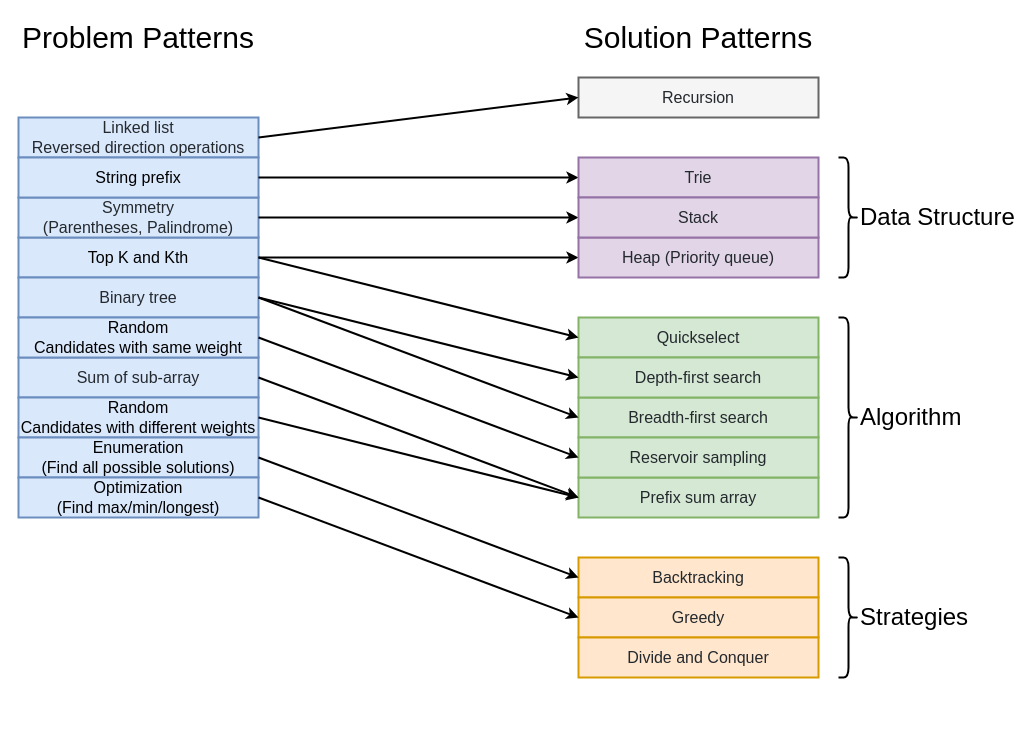
Earlier version of the draw.io diagram drawio/Problem_Solution_Pattern_Mapping.drawio (srini-555/coding-interview). Source tidied: cells renumbered, new cells numbered last; positions are measured from the earlier drawing's top-left corner, leaving out a move shared by most shapes. Both pictures are drawn from the tidied source at 100%, with x=0, y=0 at pixel (18, 17).
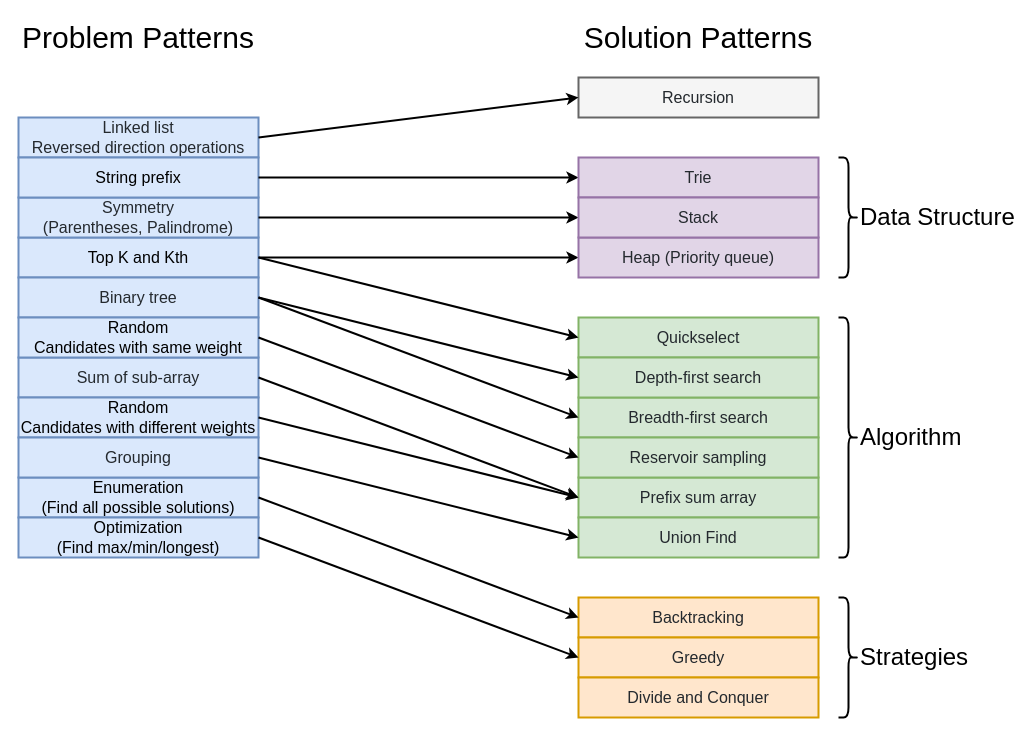
The same diagram, later.

The edit, as a diff of the source:
```diff
@@
     <mxCell id="10" value="&lt;font style=&quot;font-size: 16px&quot;&gt;Enumeration &lt;br&gt;(Find all possible solutions)&lt;/font&gt;" style="rounded=0;whiteSpace=wrap;html=1;strokeWidth=2;fillColor=#dae8fc;strokeColor=#6c8ebf;" parent="1" vertex="1">
-      <mxGeometry y="420" width="240" height="40" as="geometry" />
+      <mxGeometry y="460" width="240" height="40" as="geometry" />
     </mxCell>
@@
     <mxCell id="16" value="&lt;font color=&quot;#24292e&quot;&gt;&lt;span style=&quot;font-size: 16px&quot;&gt;Backtracking&lt;/span&gt;&lt;/font&gt;" style="rounded=0;whiteSpace=wrap;html=1;strokeWidth=2;fillColor=#ffe6cc;strokeColor=#d79b00;" parent="1" vertex="1">
-      <mxGeometry x="560" y="540" width="240" height="40" as="geometry" />
+      <mxGeometry x="560" y="580" width="240" height="40" as="geometry" />
     </mxCell>
     <mxCell id="17" value="&lt;font color=&quot;#24292e&quot;&gt;&lt;span style=&quot;font-size: 16px&quot;&gt;Greedy&lt;/span&gt;&lt;/font&gt;" style="rounded=0;whiteSpace=wrap;html=1;strokeWidth=2;fillColor=#ffe6cc;strokeColor=#d79b00;" parent="1" vertex="1">
-      <mxGeometry x="560" y="580" width="240" height="40" as="geometry" />
+      <mxGeometry x="560" y="620" width="240" height="40" as="geometry" />
     </mxCell>
@@
     <mxCell id="32" style="shape=curlyBracket;whiteSpace=wrap;html=1;rounded=1;flipH=1;strokeWidth=2;" parent="1" vertex="1">
-      <mxGeometry x="820" y="300" width="20" height="200" as="geometry" />
+      <mxGeometry x="820" y="300" width="20" height="240" as="geometry" />
     </mxCell>
     <mxCell id="33" value="&lt;font style=&quot;font-size: 24px&quot;&gt;Algorithm&lt;/font&gt;" style="text;html=1;strokeColor=none;fillColor=none;align=left;verticalAlign=middle;whiteSpace=wrap;rounded=0;" parent="1" vertex="1">
-      <mxGeometry x="840" y="380" width="160" height="40" as="geometry" />
+      <mxGeometry x="840" y="400" width="160" height="40" as="geometry" />
     </mxCell>
     <mxCell id="34" value="&lt;font style=&quot;font-size: 16px&quot;&gt;Optimization&lt;br&gt;(Find max/min/longest)&lt;/font&gt;" style="rounded=0;whiteSpace=wrap;html=1;strokeWidth=2;fillColor=#dae8fc;strokeColor=#6c8ebf;" parent="1" vertex="1">
-      <mxGeometry y="460" width="240" height="40" as="geometry" />
+      <mxGeometry y="500" width="240" height="40" as="geometry" />
     </mxCell>
@@
     <mxCell id="36" style="shape=curlyBracket;whiteSpace=wrap;html=1;rounded=1;flipH=1;strokeWidth=2;" parent="1" vertex="1">
-      <mxGeometry x="820" y="540" width="20" height="120" as="geometry" />
+      <mxGeometry x="820" y="580" width="20" height="120" as="geometry" />
     </mxCell>
     <mxCell id="37" value="&lt;font style=&quot;font-size: 24px&quot;&gt;Strategies&lt;/font&gt;" style="text;html=1;strokeColor=none;fillColor=none;align=left;verticalAlign=middle;whiteSpace=wrap;rounded=0;" parent="1" vertex="1">
-      <mxGeometry x="840" y="580" width="160" height="40" as="geometry" />
+      <mxGeometry x="840" y="620" width="160" height="40" as="geometry" />
     </mxCell>
     <mxCell id="38" value="&lt;font color=&quot;#24292e&quot;&gt;&lt;span style=&quot;font-size: 16px&quot;&gt;Divide and Conquer&lt;/span&gt;&lt;/font&gt;" style="rounded=0;whiteSpace=wrap;html=1;strokeWidth=2;fillColor=#ffe6cc;strokeColor=#d79b00;" parent="1" vertex="1">
-      <mxGeometry x="560" y="620" width="240" height="40" as="geometry" />
+      <mxGeometry x="560" y="660" width="240" height="40" as="geometry" />
     </mxCell>
@@
+    <mxCell id="44" value="&lt;font color=&quot;#24292e&quot;&gt;&lt;span style=&quot;font-size: 16px&quot;&gt;Union Find&lt;/span&gt;&lt;/font&gt;" style="rounded=0;whiteSpace=wrap;html=1;strokeWidth=2;fillColor=#d5e8d4;strokeColor=#82b366;" parent="1" vertex="1">
+      <mxGeometry x="560" y="500" width="240" height="40" as="geometry" />
+    </mxCell>
+    <mxCell id="45" value="&lt;font color=&quot;#24292e&quot;&gt;&lt;span style=&quot;font-size: 16px&quot;&gt;Grouping&lt;/span&gt;&lt;/font&gt;" style="rounded=0;whiteSpace=wrap;html=1;strokeWidth=2;fillColor=#dae8fc;strokeColor=#6c8ebf;" parent="1" vertex="1">
+      <mxGeometry y="420" width="240" height="40" as="geometry" />
+    </mxCell>
+    <mxCell id="46" style="endArrow=classic;html=1;strokeWidth=2;exitX=1;exitY=0.5;exitDx=0;exitDy=0;entryX=0;entryY=0.5;entryDx=0;entryDy=0;" parent="1" edge="1" source="45" target="44">
+      <mxGeometry relative="1" as="geometry" />
+    </mxCell>
```
